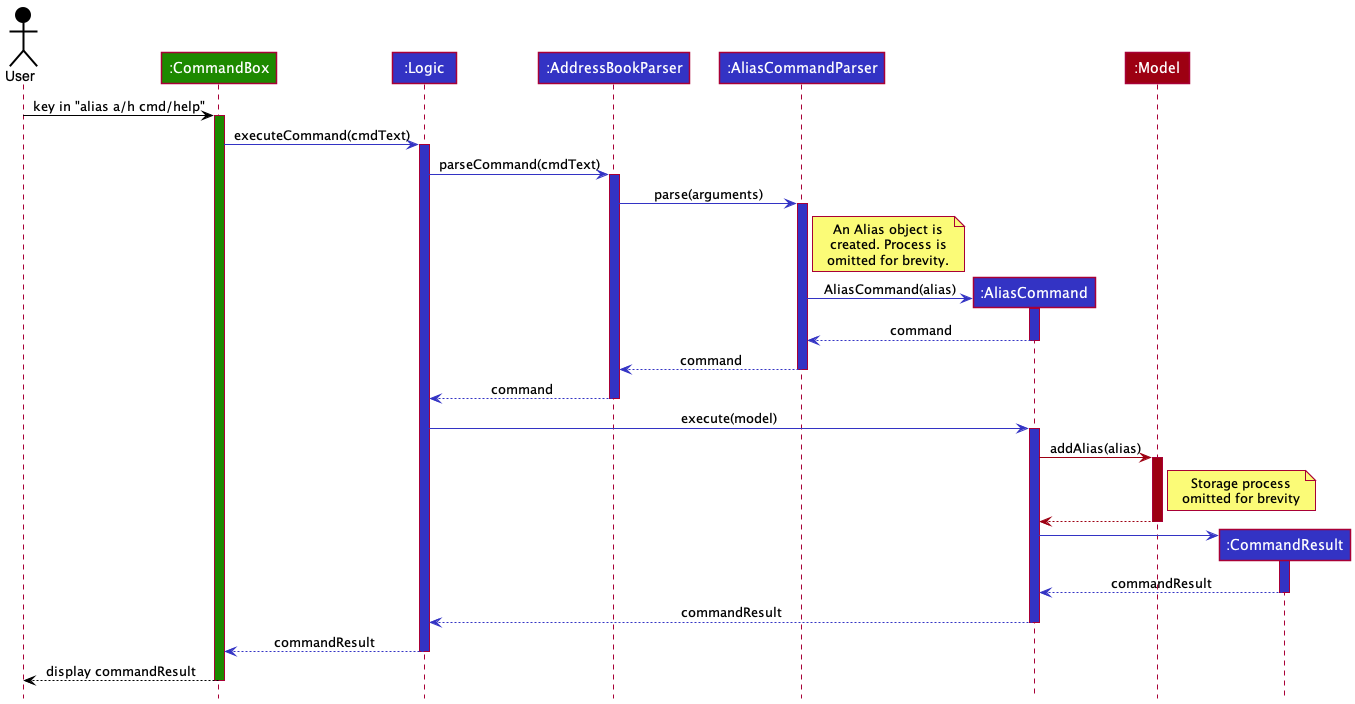
This is docs/images/alias/AliasCreationSequenceDiagram.png from nus-cs2103-AY2021S2/tp, a PlantUML export, as it was before one commit.
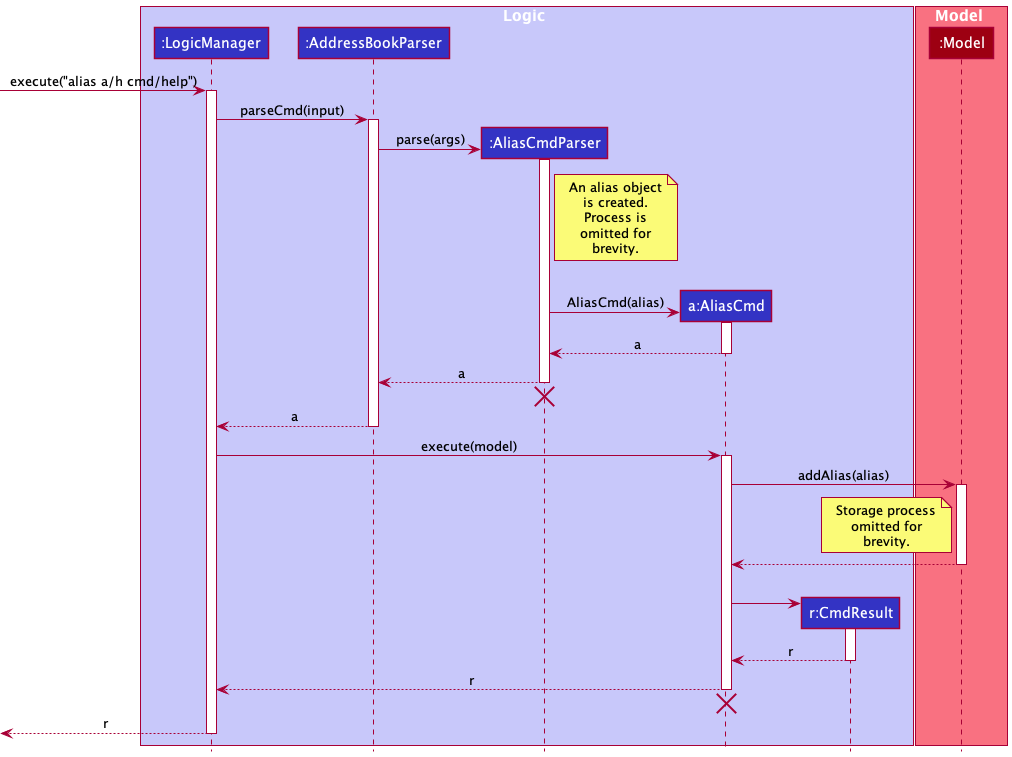
The same file after the commit.

Commit message:
Docs(alias): Update alias sequence diagram

What changed in the source:
```diff
@@ -1,54 +1,78 @@
 @startuml
 !include ../style.puml
 
-Actor User as user USER_COLOR
-Participant ":CommandBox" as ui UI_COLOR
-Participant ":Logic" as logic LOGIC_COLOR
-Participant ":AddressBookParser" as abParser LOGIC_COLOR
-Participant ":AliasCommandParser" as aParser LOGIC_COLOR
-Participant ":AliasCommand" as aCmd LOGIC_COLOR
-Participant ":Model" as model MODEL_COLOR
-Participant ":CommandResult" as cmdResult LOGIC_COLOR
+box Logic LOGIC_COLOR_T1
+participant ":LogicManager" as LogicManager LOGIC_COLOR
+participant ":AddressBookParser" as AddressBookParser LOGIC_COLOR
+participant ":AliasCmdParser" as AliasCmdParser LOGIC_COLOR
+participant "a:AliasCmd" as AliasCmd LOGIC_COLOR
+participant "r:CmdResult" as CmdResult LOGIC_COLOR
+end box
 
-user -[USER_COLOR]> ui: key in "alias a/h cmd/help"
-activate ui UI_COLOR
+box Model MODEL_COLOR_T1
+participant ":Model" as Model MODEL_COLOR
+end box
 
-ui -[LOGIC_COLOR]> logic: executeCommand(cmdText)
-activate logic LOGIC_COLOR
+[-> LogicManager : execute("alias a/h cmd/help")
+activate LogicManager
 
-logic -[LOGIC_COLOR]> abParser: parseCommand(cmdText)
-activate abParser LOGIC_COLOR
+LogicManager -> AddressBookParser : parseCmd(input)
+activate AddressBookParser
 
-abParser -[LOGIC_COLOR]> aParser: parse(arguments)
-activate aParser LOGIC_COLOR
-note right of aParser
-An Alias object is
-created. Process is
-omitted for brevity.
+create AliasCmdParser
+AddressBookParser -> AliasCmdParser : parse(args)
+activate AliasCmdParser
+note right of AliasCmdParser
+An alias object
+is created.
+Process is
+omitted for
+brevity.
+end note
+|||
+
+create AliasCmd
+AliasCmdParser -> AliasCmd : AliasCmd(alias)
+activate AliasCmd
+
+AliasCmd --> AliasCmdParser : a
+deactivate AliasCmd
+
+AliasCmdParser --> AddressBookParser : a
+deactivate AliasCmdParser
+AliasCmdParser -[hidden]-> AddressBookParser
+destroy AliasCmdParser
+
+AddressBookParser --> LogicManager : a
+deactivate AddressBookParser
+
+LogicManager -> AliasCmd : execute(model)
+activate AliasCmd
+
+AliasCmd -> Model : addAlias(alias)
+activate Model
+note left of Model
+Storage process
+omitted for
+brevity.
 end note
 
-aParser -[LOGIC_COLOR]> aCmd**: AliasCommand(alias)
-activate aCmd LOGIC_COLOR
-return command
-return command
-return command
+Model --> AliasCmd
+deactivate Model
+|||
 
-logic -[LOGIC_COLOR]> aCmd: execute(model)
-activate aCmd LOGIC_COLOR
+create CmdResult
+AliasCmd -> CmdResult
+activate CmdResult
 
-aCmd -[MODEL_COLOR]> model: addAlias(alias)
-activate model MODEL_COLOR
-note right of model
-Storage process
-omitted for brevity
-end note
-return
+CmdResult --> AliasCmd : r
+deactivate CmdResult
 
-aCmd -[LOGIC_COLOR]> cmdResult**
-activate cmdResult LOGIC_COLOR
-return commandResult
-return commandResult
-return commandResult
+AliasCmd --> LogicManager : r
+deactivate AliasCmd
+AliasCmd -[hidden]-> AddressBookParser
+destroy AliasCmd
 
-return display commandResult
+[<--LogicManager : r
+deactivate LogicManager
 @enduml
```
